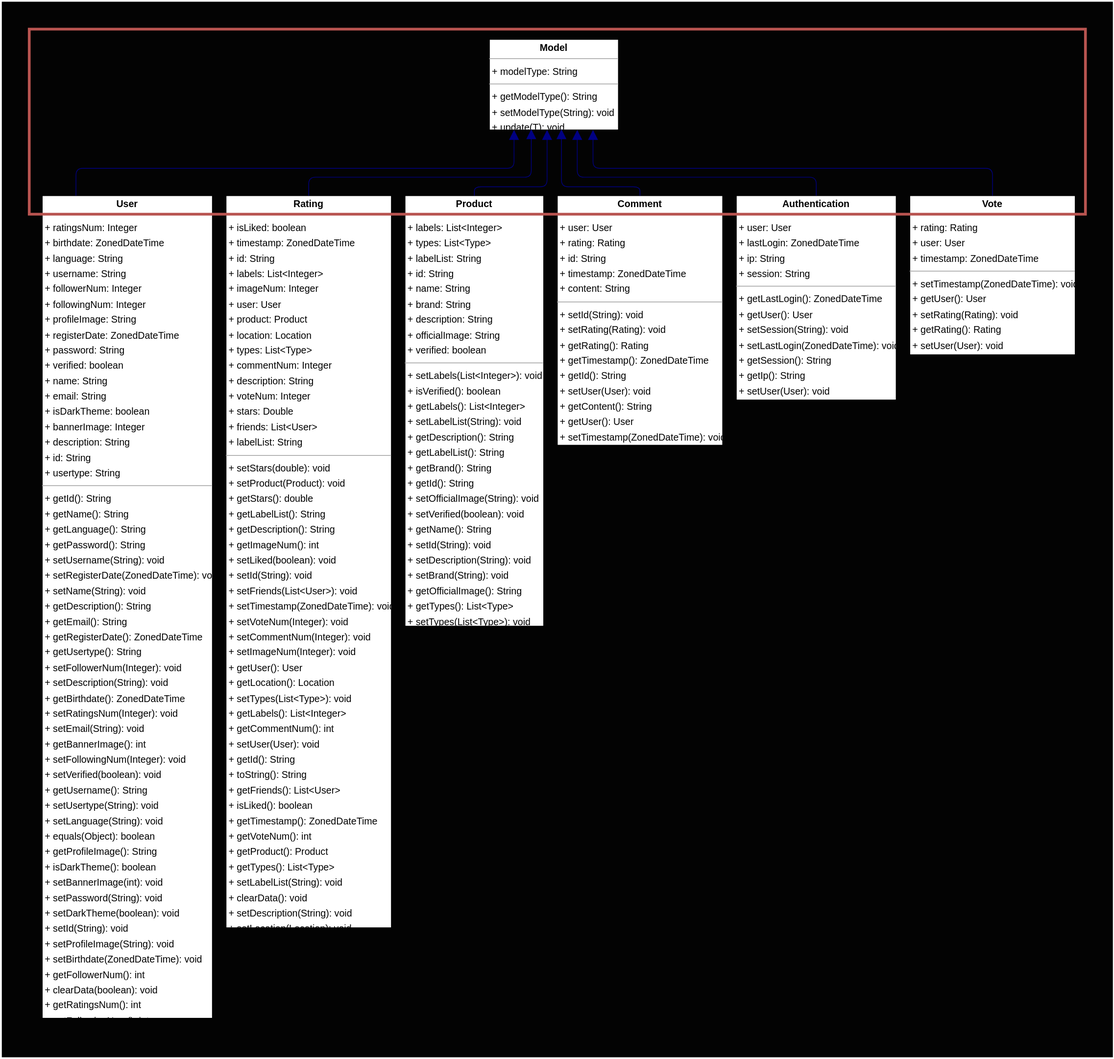
This is docs/SAD/architecturalDiagrams/backend-models.svg from 2002chris/UNDECIDED_DOCS, a draw.io export, as it was before one commit. Source tidied: cells renumbered, new cells last; positions are measured from the earlier drawing's top-left corner, leaving out a move shared by most shapes.
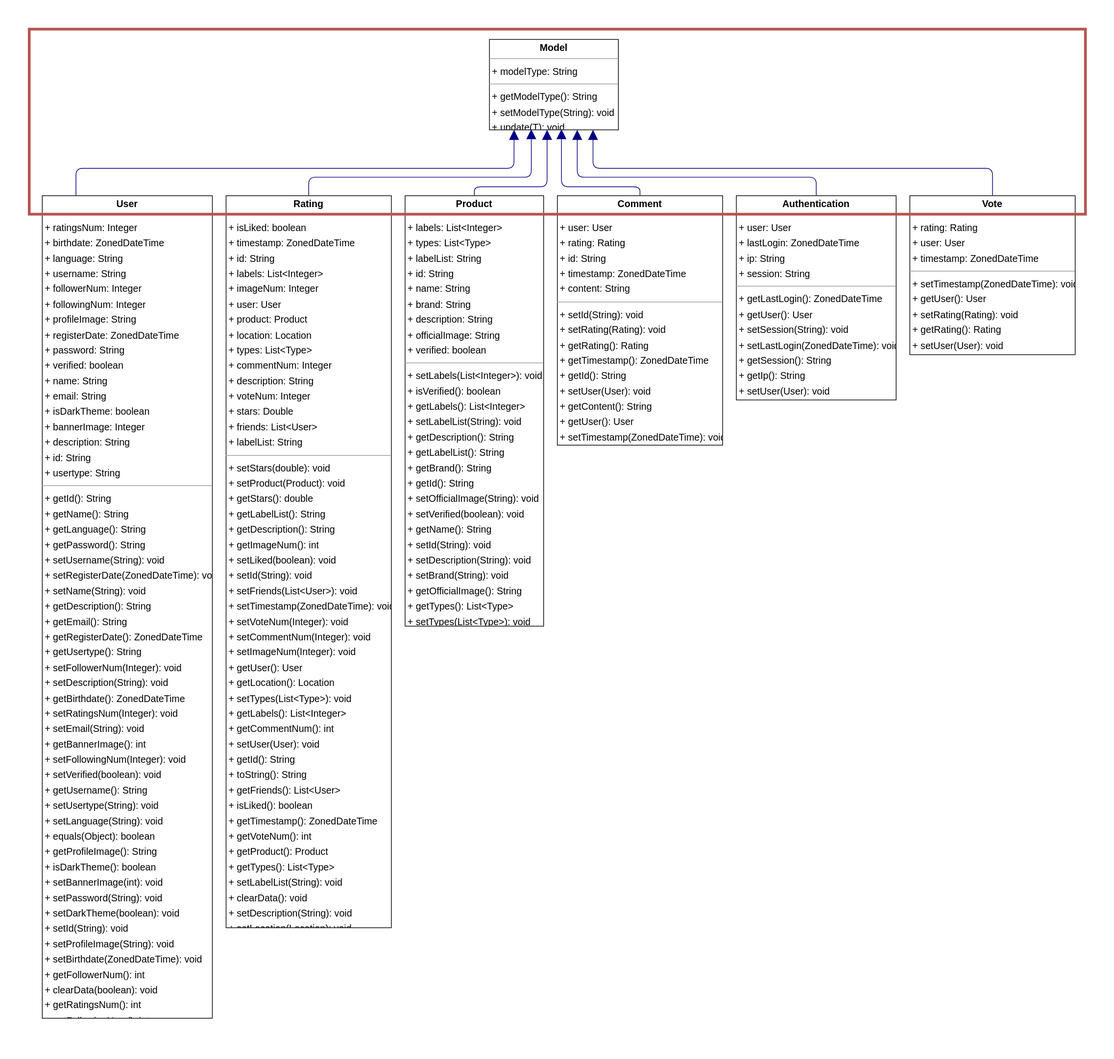
The same diagram one commit later.

Commit message:
updated models class diagram with highlighted design pattern

Change to the diagram source:
```diff
@@ -2,7 +2,7 @@
   <root>
     <mxCell id="0" />
     <mxCell id="1" parent="0" />
-    <mxCell id="2" style="rounded=0;whiteSpace=wrap;html=1;strokeWidth=4;strokeColor=none;fillColor=#030303;" parent="1" vertex="1">
+    <mxCell id="2" style="rounded=0;whiteSpace=wrap;html=1;strokeWidth=4;strokeColor=none;" parent="1" vertex="1">
       <mxGeometry width="1620" height="1540" as="geometry" />
     </mxCell>
     <mxCell id="3" value="&lt;p style=&quot;margin:0px;margin-top:4px;text-align:center;&quot;&gt;&lt;b&gt;Authentication&lt;/b&gt;&lt;/p&gt;&lt;hr size=&quot;1&quot;/&gt;&lt;p style=&quot;margin:0 0 0 4px;line-height:1.6;&quot;&gt;+ user: User&lt;br/&gt;+ lastLogin: ZonedDateTime&lt;br/&gt;+ ip: String&lt;br/&gt;+ session: String&lt;/p&gt;&lt;hr size=&quot;1&quot;/&gt;&lt;p style=&quot;margin:0 0 0 4px;line-height:1.6;&quot;&gt;+ getLastLogin(): ZonedDateTime&lt;br/&gt;+ getUser(): User&lt;br/&gt;+ setSession(String): void&lt;br/&gt;+ setLastLogin(ZonedDateTime): void&lt;br/&gt;+ getSession(): String&lt;br/&gt;+ getIp(): String&lt;br/&gt;+ setUser(User): void&lt;br/&gt;+ setIp(String): void&lt;/p&gt;" style="verticalAlign=top;align=left;overflow=fill;fontSize=14;fontFamily=Helvetica;html=1;rounded=0;shadow=0;comic=0;labelBackgroundColor=none;strokeWidth=1;" parent="1" vertex="1">
```
